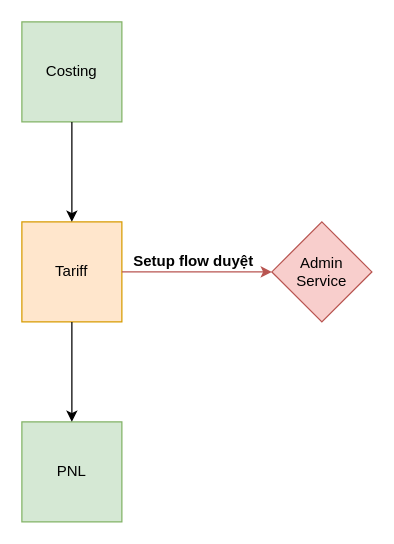
Above: Untitled Diagram.drawio in phanthanhvu28/diagrams (draw.io), before the change. Source tidied: cells renumbered, new cells numbered last; positions are measured from the earlier drawing's top-left corner, leaving out a move shared by most shapes. Both pictures are drawn from the tidied source at 125%, with x=0, y=0 at pixel (21, 21).
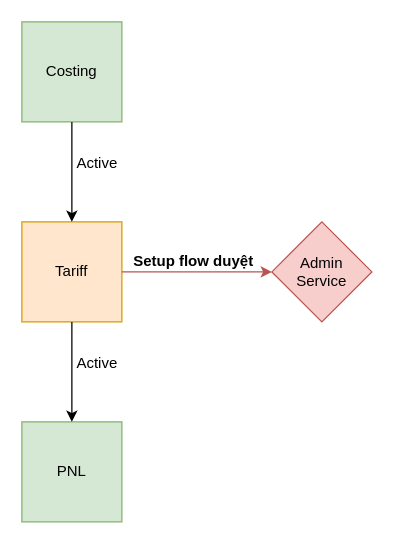
Above is the later version.

What changed in the source:
```diff
@@
 <mxGraphModel>
   <root>
     <mxCell id="0" />
     <mxCell id="1" parent="0" />
     <mxCell id="2" value="Costing" style="whiteSpace=wrap;html=1;fillColor=#d5e8d4;strokeColor=#82b366;" parent="1" vertex="1">
       <mxGeometry width="80" height="80" as="geometry" />
     </mxCell>
     <mxCell id="3" value="Tariff" style="whiteSpace=wrap;html=1;fillColor=#ffe6cc;strokeColor=#d79b00;" parent="1" vertex="1">
       <mxGeometry y="160" width="80" height="80" as="geometry" />
     </mxCell>
     <mxCell id="4" value="PNL" style="whiteSpace=wrap;html=1;fillColor=#d5e8d4;strokeColor=#82b366;" parent="1" vertex="1">
       <mxGeometry y="320" width="80" height="80" as="geometry" />
     </mxCell>
     <mxCell id="5" style="endArrow=classic;html=1;rounded=0;" parent="1" edge="1">
       <mxGeometry relative="1" as="geometry">
         <mxPoint x="40" y="80" as="sourcePoint" />
         <mxPoint x="40" y="160" as="targetPoint" />
       </mxGeometry>
     </mxCell>
     <mxCell id="6" style="endArrow=classic;html=1;rounded=0;exitX=0.5;exitY=1;exitDx=0;exitDy=0;entryX=0.5;entryY=0;entryDx=0;entryDy=0;" parent="1" edge="1" source="3" target="4">
       <mxGeometry relative="1" as="geometry" />
     </mxCell>
     <mxCell id="7" value="Admin&lt;div&gt;Service&lt;/div&gt;" style="rhombus;whiteSpace=wrap;html=1;fillColor=#f8cecc;strokeColor=#b85450;" parent="1" vertex="1">
       <mxGeometry x="200" y="160" width="80" height="80" as="geometry" />
     </mxCell>
     <mxCell id="8" style="endArrow=classic;html=1;rounded=0;exitX=1;exitY=0.5;exitDx=0;exitDy=0;fillColor=#f8cecc;strokeColor=#b85450;" parent="1" edge="1" source="3" target="7">
       <mxGeometry relative="1" as="geometry" />
     </mxCell>
     <mxCell id="9" value="&lt;font style=&quot;font-size: 12px;&quot;&gt;Setup flow duyệt&lt;/font&gt;" style="text;strokeColor=none;fillColor=none;html=1;fontSize=24;fontStyle=1;verticalAlign=middle;align=center;" parent="1" vertex="1">
       <mxGeometry x="87" y="183" width="100" height="10" as="geometry" />
     </mxCell>
+    <mxCell id="10" value="Active" style="text;html=1;align=center;verticalAlign=middle;strokeColor=none;fillColor=none;" parent="1" vertex="1">
+      <mxGeometry x="30" y="98" width="60" height="30" as="geometry" />
+    </mxCell>
+    <mxCell id="11" value="Active" style="text;html=1;align=center;verticalAlign=middle;strokeColor=none;fillColor=none;" parent="1" vertex="1">
+      <mxGeometry x="30" y="258" width="60" height="30" as="geometry" />
+    </mxCell>
   </root>
 </mxGraphModel>
```
